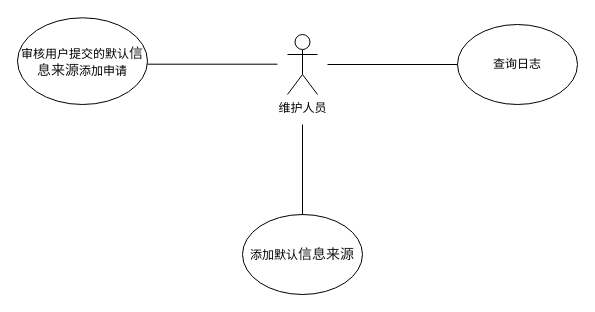
Earlier version of the draw.io diagram UML-维护人员.drawio (RimLutienpeist/Draw_io_Repo). Source tidied: cells renumbered, new cells numbered last; positions are measured from the earlier drawing's top-left corner, leaving out a move shared by most shapes. Both pictures are drawn from the tidied source at 100%, with x=0, y=0 at pixel (17, 17).
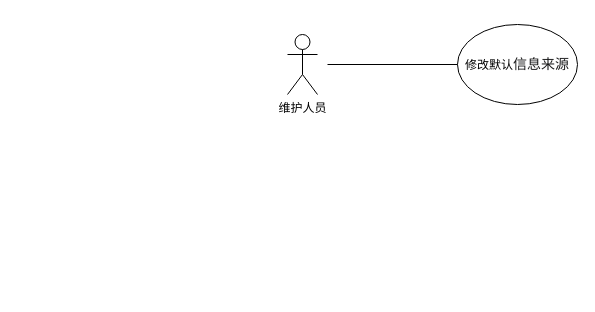
The same diagram, later.

Commit message:
更新UML-维护人员.drawio

What changed in the source:
```diff
@@
 <mxGraphModel>
   <root>
     <mxCell id="0" />
     <mxCell id="1" parent="0" />
     <mxCell id="2" value="维护人员" style="shape=umlActor;verticalLabelPosition=bottom;verticalAlign=top;html=1;" parent="1" vertex="1">
       <mxGeometry x="270" y="17" width="30" height="60" as="geometry" />
     </mxCell>
-    <mxCell id="3" value="查询日志" style="ellipse;whiteSpace=wrap;html=1;" parent="1" vertex="1">
+    <mxCell id="3" value="修改默认&lt;span style=&quot;font-size: 14px; color: rgb(25, 25, 26);&quot;&gt;信息来源&lt;/span&gt;" style="ellipse;whiteSpace=wrap;html=1;" parent="1" vertex="1">
       <mxGeometry x="440" y="7" width="120" height="80" as="geometry" />
     </mxCell>
     <mxCell id="4" style="endArrow=none;html=1;rounded=0;entryX=0;entryY=0.5;entryDx=0;entryDy=0;" parent="1" edge="1" target="3">
       <mxGeometry relative="1" as="geometry">
         <mxPoint x="310" y="47" as="sourcePoint" />
       </mxGeometry>
     </mxCell>
-    <mxCell id="5" value="添加默认&lt;span style=&quot;color: rgb(25, 25, 26); font-size: 14px;&quot;&gt;信息来源&lt;/span&gt;" style="ellipse;whiteSpace=wrap;html=1;" parent="1" vertex="1">
-      <mxGeometry x="225" y="197" width="120" height="80" as="geometry" />
-    </mxCell>
-    <mxCell id="6" style="endArrow=none;html=1;rounded=0;exitX=0.5;exitY=0;exitDx=0;exitDy=0;" parent="1" edge="1" source="5">
-      <mxGeometry relative="1" as="geometry">
-        <mxPoint x="285" y="107" as="targetPoint" />
-      </mxGeometry>
-    </mxCell>
-    <mxCell id="7" value="审核用户提交的默认&lt;span style=&quot;color: rgb(25, 25, 26); font-size: 14px;&quot;&gt;信息来源&lt;/span&gt;添加申请" style="ellipse;whiteSpace=wrap;html=1;" parent="1" vertex="1">
-      <mxGeometry y="0.3" width="130" height="86.7" as="geometry" />
-    </mxCell>
-    <mxCell id="8" style="endArrow=none;html=1;rounded=0;entryX=0;entryY=0.5;entryDx=0;entryDy=0;" parent="1" edge="1">
-      <mxGeometry relative="1" as="geometry">
-        <mxPoint x="130" y="46.7" as="sourcePoint" />
-        <mxPoint x="260" y="46.7" as="targetPoint" />
-      </mxGeometry>
-    </mxCell>
   </root>
 </mxGraphModel>
```
